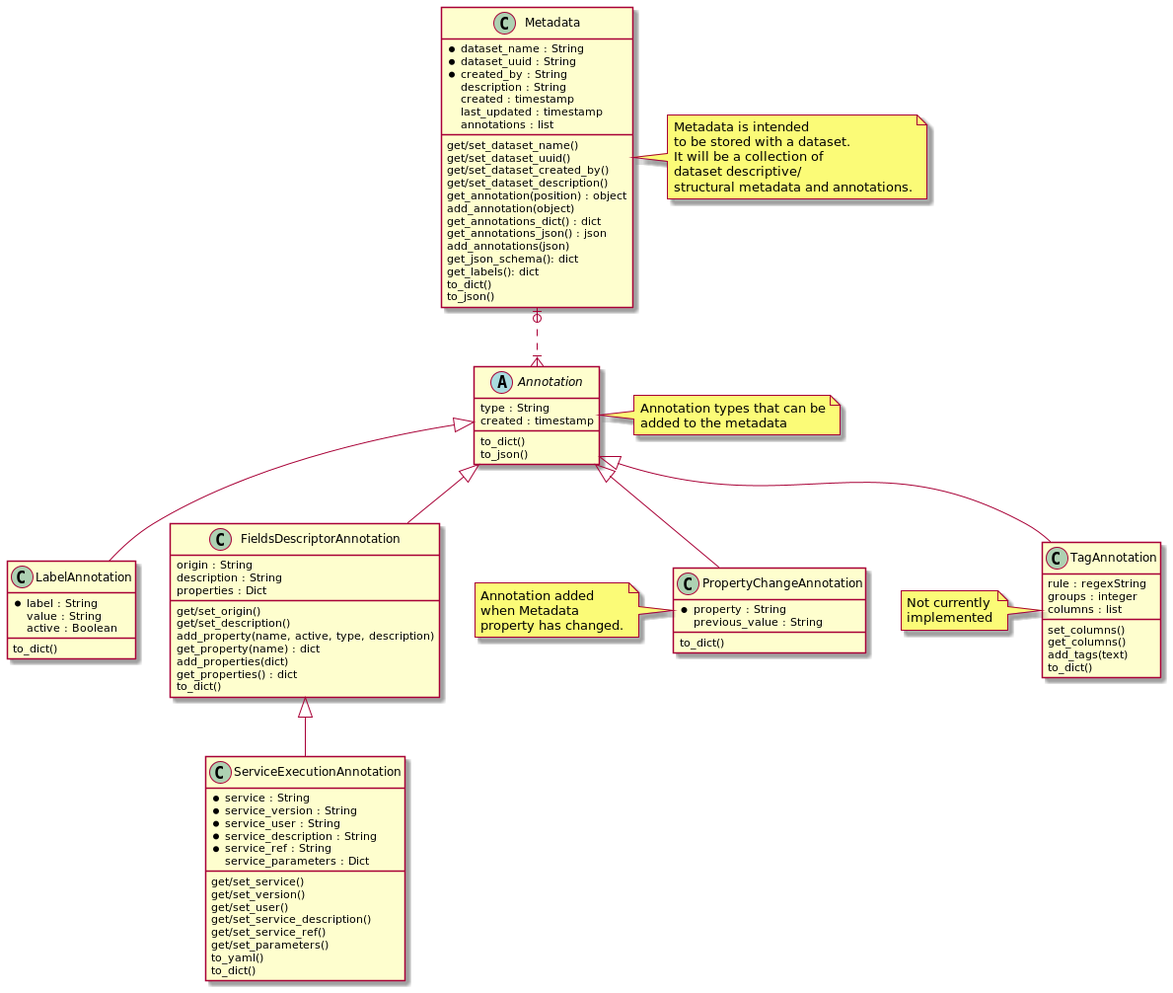
The PlantUML diagram docs/data-manager-metadata.png in InformaticsMatters/squonk2-data-manager-metadata, before a commit.
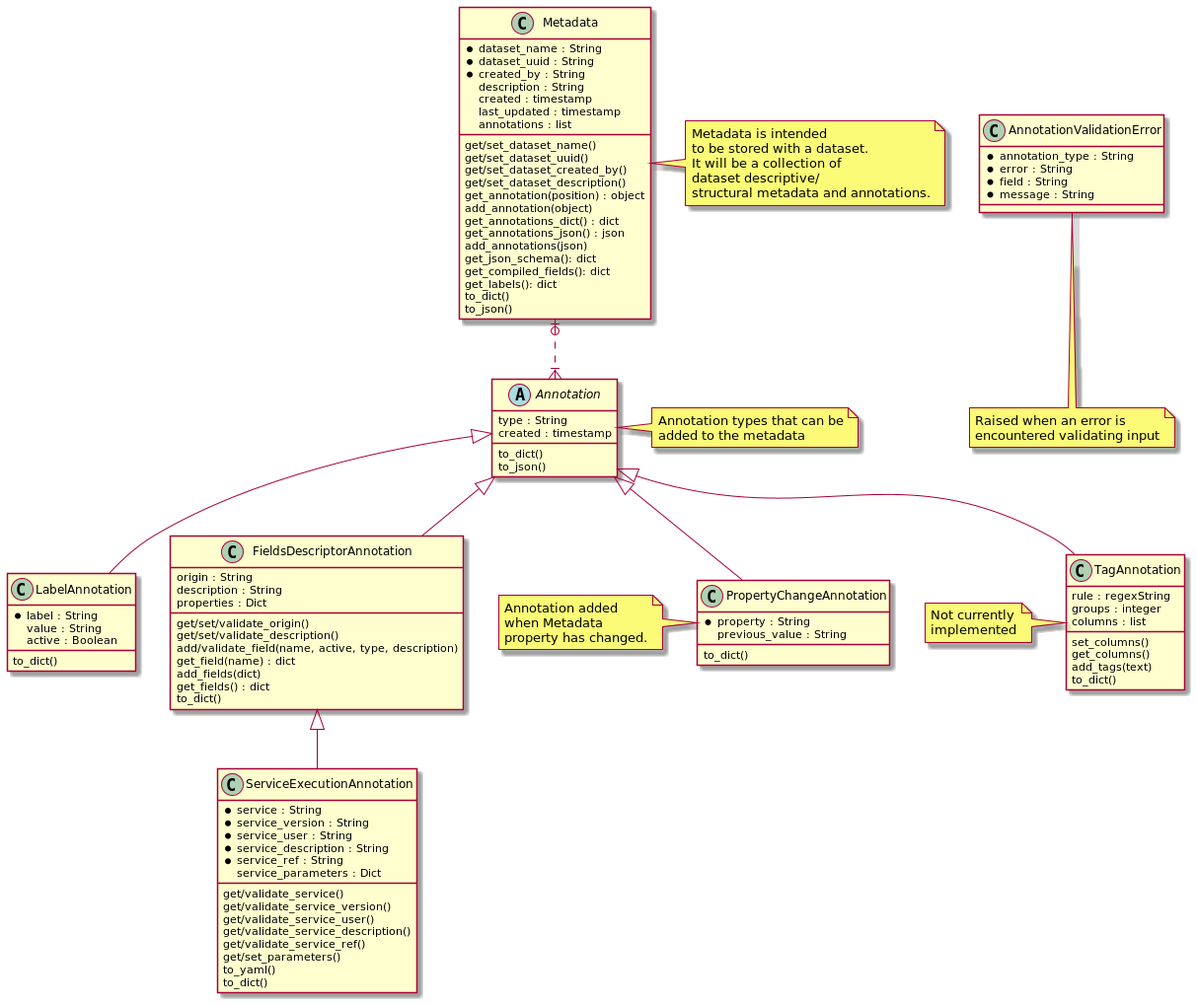
Above is the later version.

Commit message:
Add new exception class and basic validations for different annotation types

What changed in the source:
```diff
@@ -17,6 +17,7 @@
     get_annotations_json() : json
     add_annotations(json)
     get_json_schema(): dict
+    get_compiled_fields(): dict
     get_labels(): dict
     to_dict()
     to_json()
@@ -60,12 +61,12 @@
     origin : String
     description : String
     properties : Dict
-    get/set_origin()
-    get/set_description()
-    add_property(name, active, type, description)
-    get_property(name) : dict
-    add_properties(dict)
-    get_properties() : dict
+    get/set/validate_origin()
+    get/set/validate_description()
+    add/validate_field(name, active, type, description)
+    get_field(name) : dict
+    add_fields(dict)
+    get_fields() : dict
     to_dict()
 }
 
@@ -76,15 +77,24 @@
     *service_description : String
     *service_ref : String
     service_parameters : Dict
-    get/set_service()
-    get/set_version()
-    get/set_user()
-    get/set_service_description()
-    get/set_service_ref()
+    get/validate_service()
+    get/validate_service_version()
+    get/validate_service_user()
+    get/validate_service_description()
+    get/validate_service_ref()
     get/set_parameters()
     to_yaml()
     to_dict()
 }
+
+class AnnotationValidationError  {
+    *annotation_type : String
+    *error : String
+    *field : String
+    *message : String
+}
+note bottom: Raised when an error is\nencountered validating input
+
 
 Metadata  |o..|{   Annotation
 Annotation <|-- LabelAnnotation
```
